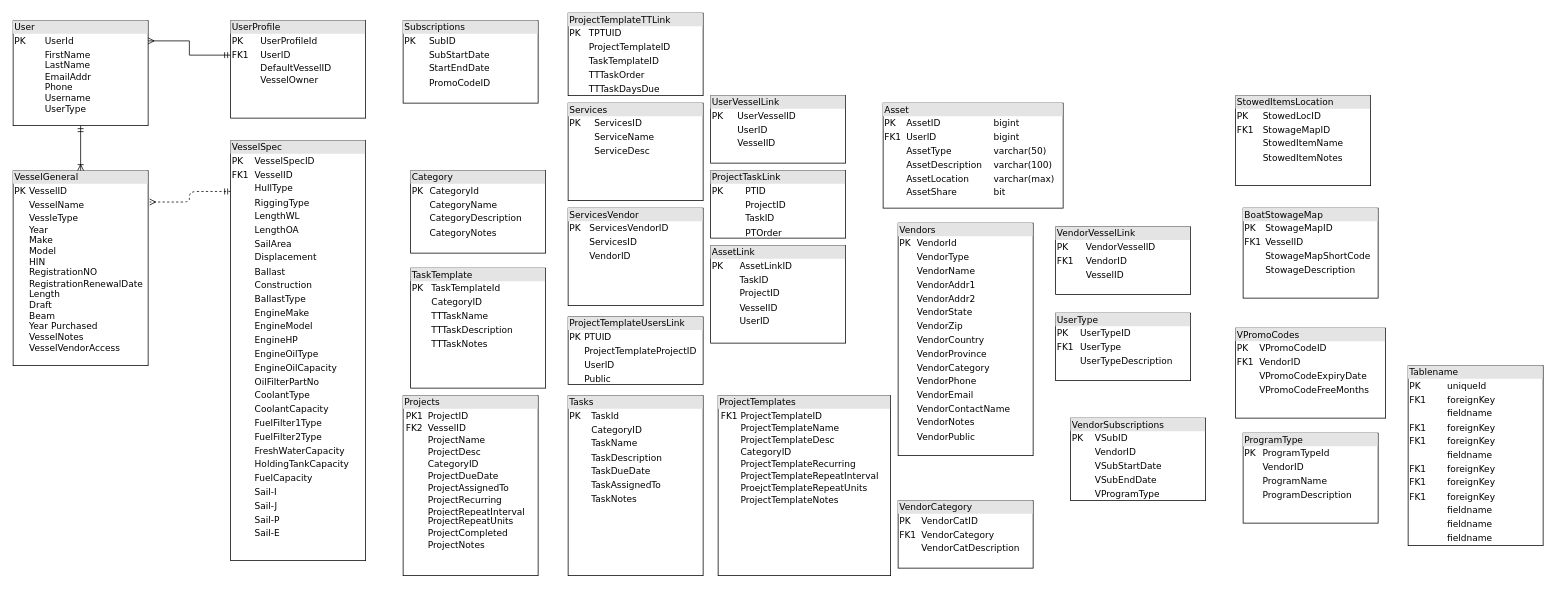
Before: Database Diagram.drawio in RJWestrick/boatprojectdiagrams, a draw.io diagram. Source tidied: cells renumbered, new cells numbered last; positions are measured from the earlier drawing's top-left corner, leaving out a move shared by most shapes. Both pictures are drawn from the tidied source at 75%, with x=0, y=0 at pixel (13, 13).
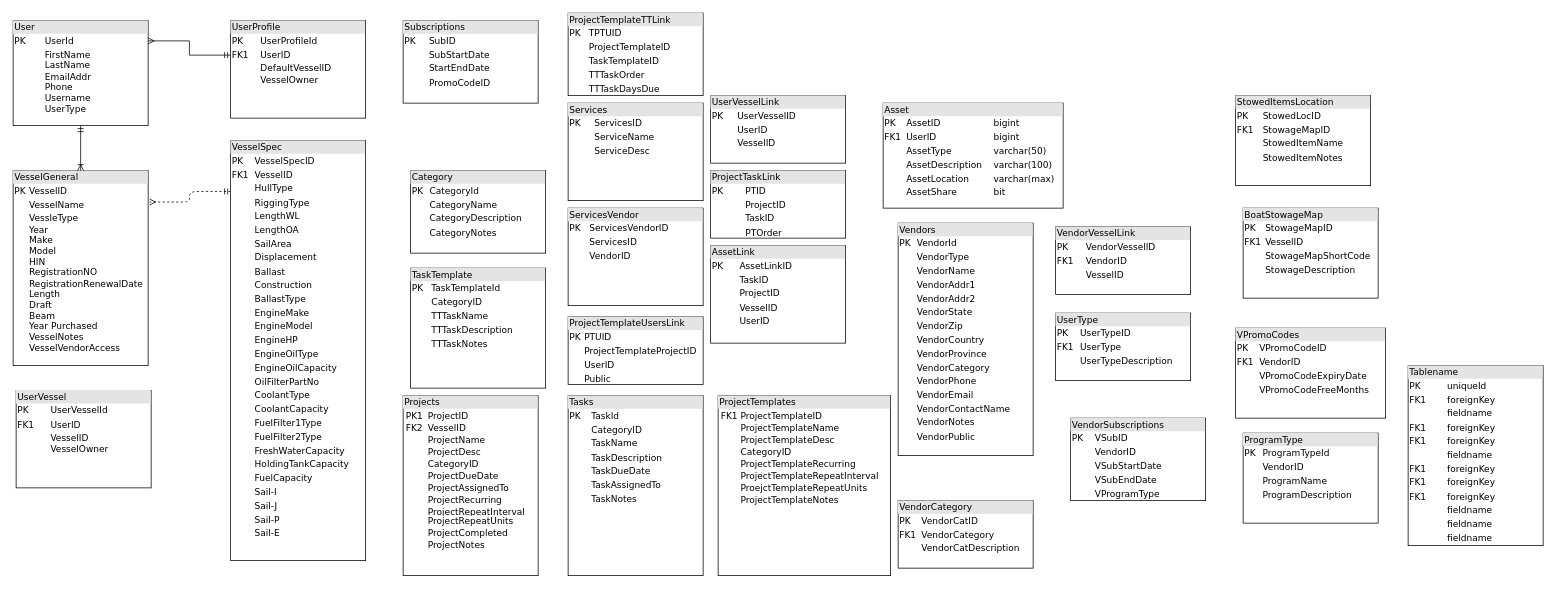
After the change.

What changed in the source:
```diff
@@
+    <mxCell id="33" value="&lt;div style=&quot;box-sizing: border-box ; width: 100% ; background: #e4e4e4 ; padding: 2px&quot;&gt;UserVessel&lt;/div&gt;&lt;table style=&quot;width: 100% ; font-size: 1em&quot; cellpadding=&quot;2&quot; cellspacing=&quot;0&quot;&gt;&lt;tbody&gt;&lt;tr&gt;&lt;td&gt;PK&lt;/td&gt;&lt;td&gt;UserVesselId&lt;/td&gt;&lt;/tr&gt;&lt;tr&gt;&lt;td&gt;FK1&lt;/td&gt;&lt;td&gt;UserID&lt;/td&gt;&lt;/tr&gt;&lt;tr&gt;&lt;td&gt;&lt;br&gt;&lt;/td&gt;&lt;td&gt;VesselID&lt;br&gt;VesselOwner&lt;/td&gt;&lt;/tr&gt;&lt;tr&gt;&lt;td&gt;&lt;br&gt;&lt;/td&gt;&lt;td&gt;&lt;br&gt;&lt;/td&gt;&lt;/tr&gt;&lt;/tbody&gt;&lt;/table&gt;" style="verticalAlign=top;align=left;overflow=fill;html=1;rounded=0;shadow=0;comic=0;labelBackgroundColor=none;strokeWidth=1;fontFamily=Verdana;fontSize=12;" parent="1" vertex="1">
+      <mxGeometry x="4" y="503" width="180" height="130" as="geometry" />
+    </mxCell>
```
